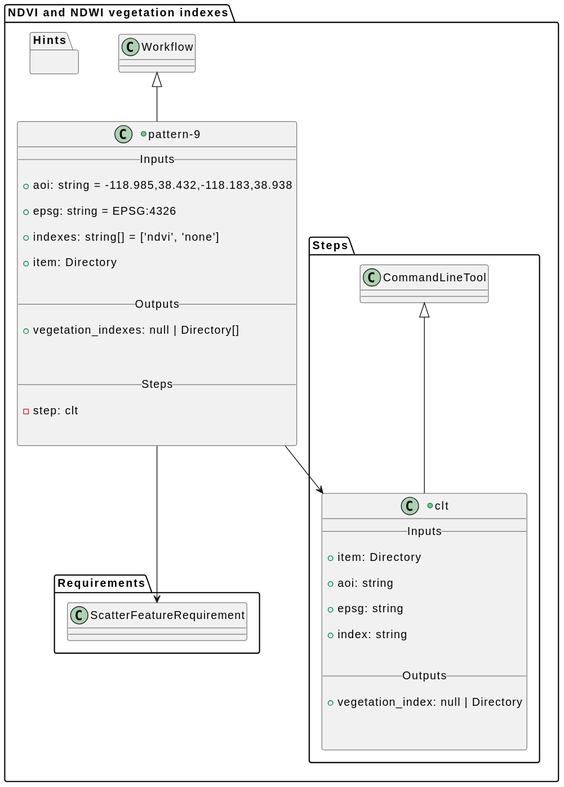
Earlier version of the PlantUML export docs/pattern-9/class.svg (eoap/application-package-patterns).
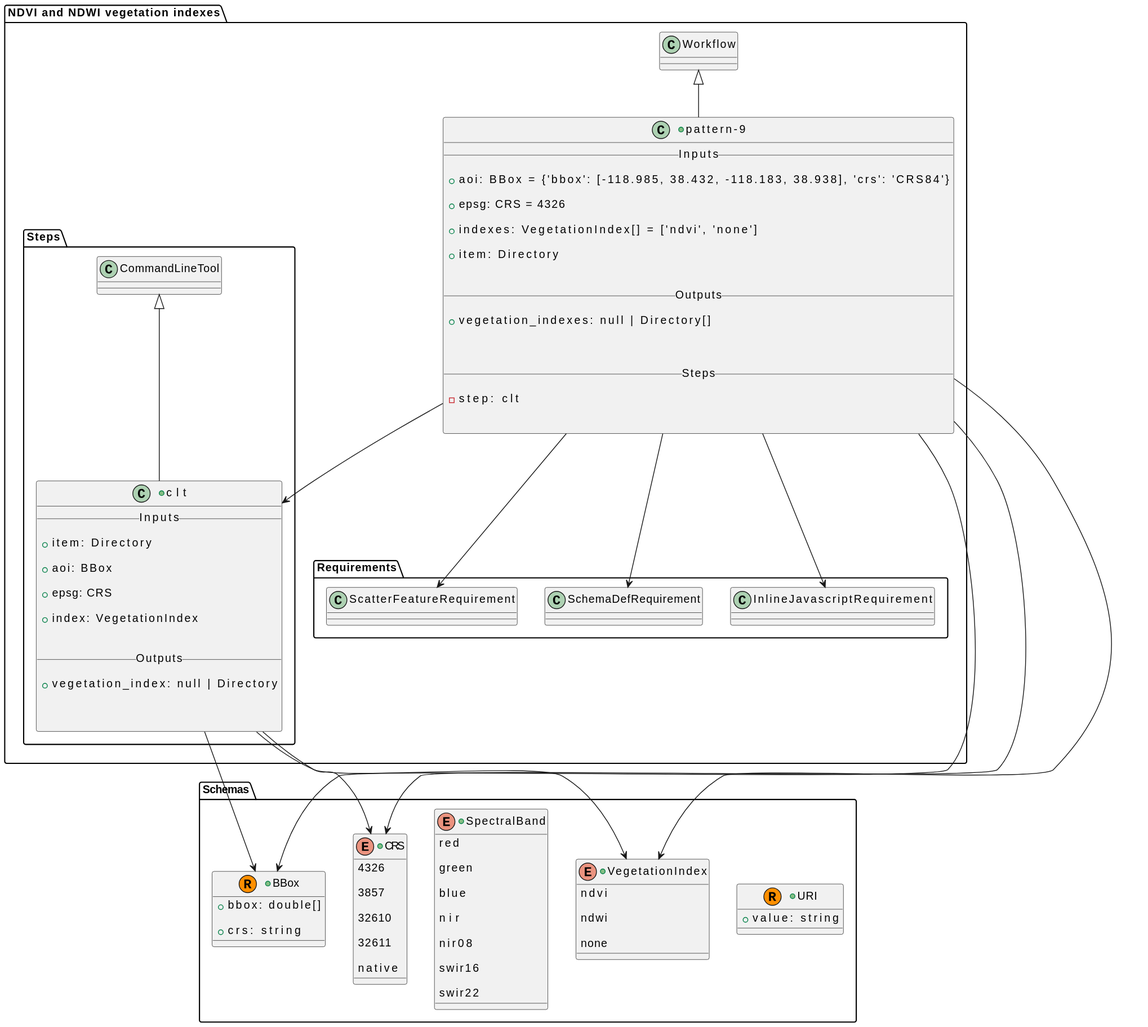
The same file after the commit.

Change to the diagram source:
```diff
@@ -1,4 +1,28 @@
 @startuml
+            package "Schemas" {
+
+
+
+
+                        +record URI {
+
+        +value: string
+
+    }
+
+
+
+
+
+
+
+                        +record BBox {
+
+        +bbox: double[]
+
+        +crs: string
+
+    }
 
 
 
@@ -7,12 +31,58 @@
 
 
 
+                        +enum SpectralBand {
+
+        red
+
+        green
+
+        blue
+
+        nir
+
+        nir08
+
+        swir16
+
+        swir22
+
+    }
 
 
 
 
 
+                        +enum CRS {
 
+        4326
+
+        3857
+
+        32610
+
+        32611
+
+        native
+
+    }
+
+
+
+
+
+                        +enum VegetationIndex {
+
+        ndvi
+
+        ndwi
+
+        none
+
+    }
+
+
+            }
 
 
 
@@ -24,11 +94,11 @@
     +class "pattern-9" as Workflow_pattern_9 extends Workflow {
         __ Inputs __
 
-        + aoi: string = -118.985,38.432,-118.183,38.938
+        + aoi: BBox = {'bbox': [-118.985, 38.432, -118.183, 38.938], 'crs': 'CRS84'}
 
-        + epsg: string = EPSG:4326
+        + epsg: CRS = 4326
 
-        + indexes: string[] = ['ndvi', 'none']
+        + indexes: VegetationIndex[] = ['ndvi', 'none']
 
         + item: Directory
 
@@ -48,12 +118,15 @@
 
 
 
+        Workflow_pattern_9 --> BBox
 
 
 
+        Workflow_pattern_9 --> CRS
 
 
 
+        Workflow_pattern_9 --> VegetationIndex
 
 
 
@@ -73,11 +146,11 @@
 
         + item: Directory
 
-        + aoi: string
+        + aoi: BBox
 
-        + epsg: string
+        + epsg: CRS
 
-        + index: string
+        + index: VegetationIndex
 
 
         __ Outputs __
@@ -93,12 +166,15 @@
 
 
 
+        CommandLineTool_clt --> BBox
 
 
 
+        CommandLineTool_clt --> CRS
 
 
 
+        CommandLineTool_clt --> VegetationIndex
 
 
 Workflow_pattern_9 --> CommandLineTool_clt
@@ -115,15 +191,19 @@
         Workflow_pattern_9 --> ScatterFeatureRequirement
 
 
+
+        class InlineJavascriptRequirement
+        Workflow_pattern_9 --> InlineJavascriptRequirement
+
+
+
+        class SchemaDefRequirement
+        Workflow_pattern_9 --> SchemaDefRequirement
+
+
     }
 
 
 
-    package "Hints" {
-
-
-
-    }
-
 }
 @enduml
```
